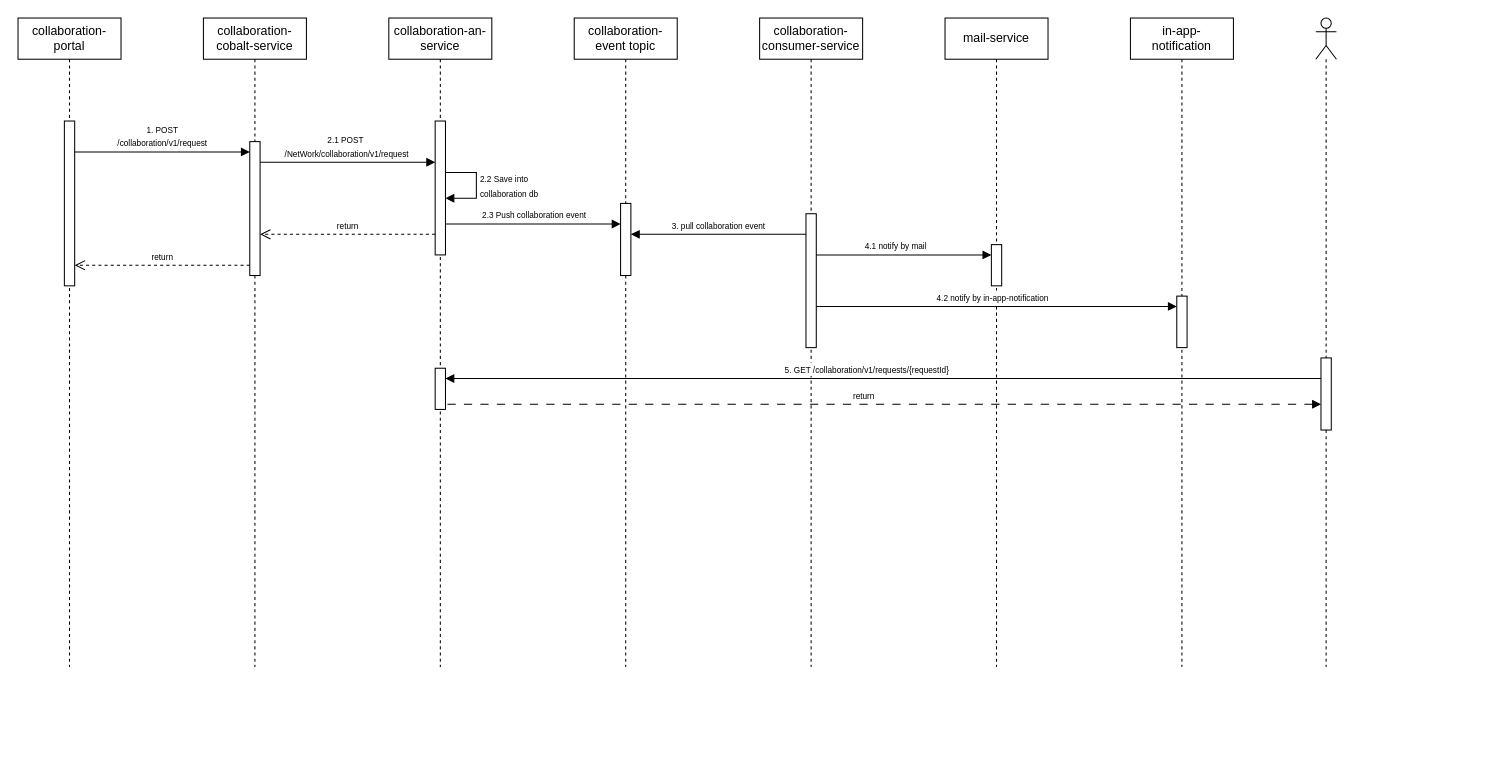
This is page "Page-3" (3 of 6) of request-2.drawio from huangshijie/Drawio, a draw.io file, before an edit. Source tidied: cells renumbered, new cells numbered last; positions are measured from the earlier drawing's top-left corner, leaving out a move shared by most shapes. Both pictures are drawn from the tidied source at 103%, with x=0, y=0 at pixel (18, 18).
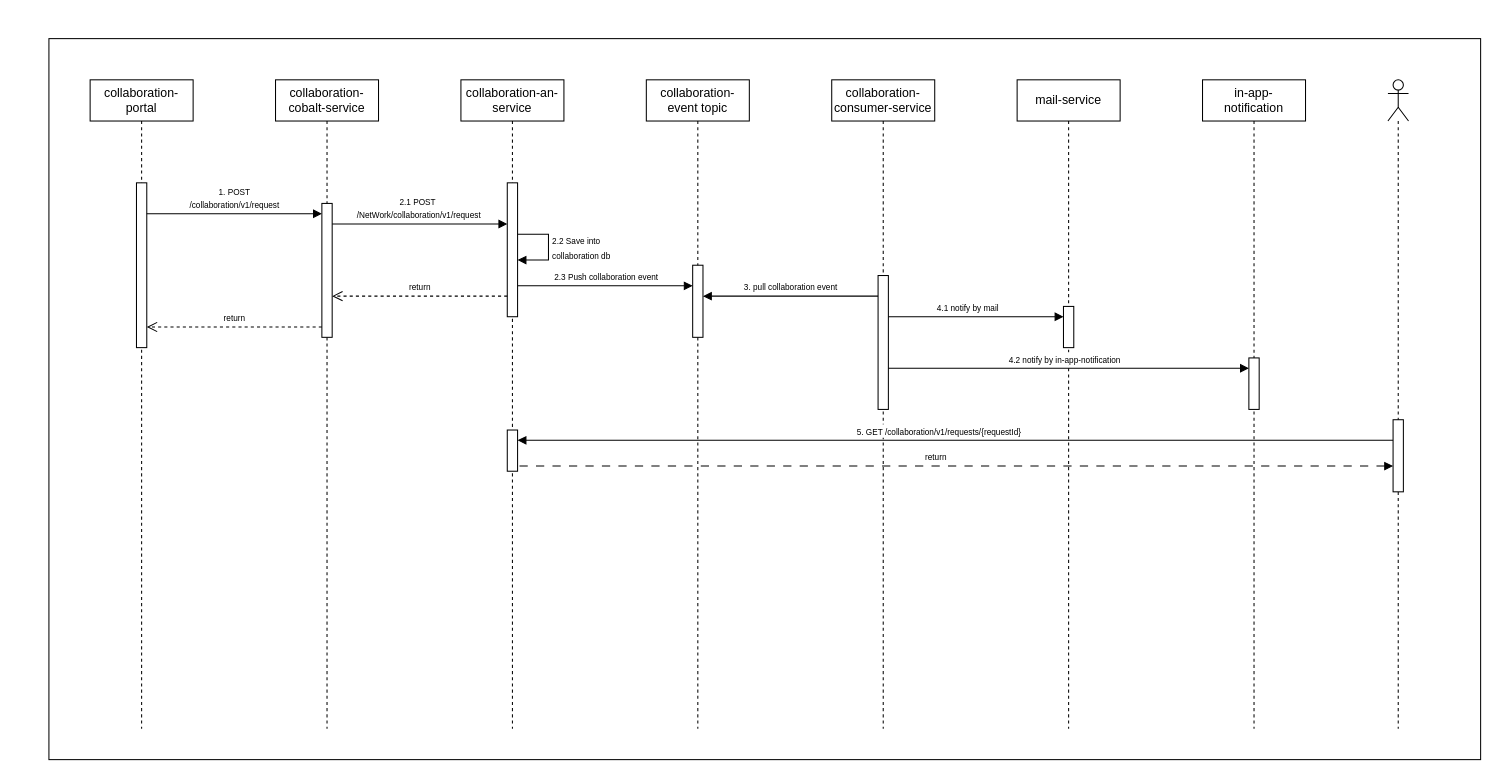
The same page after the edit.

The change refers to these unchanged cells:
```xml
<mxCell id="3" style="html=1;points=[];perimeter=orthogonalPerimeter;outlineConnect=0;targetShapes=umlLifeline;portConstraint=eastwest;newEdgeStyle={&quot;edgeStyle&quot;:&quot;elbowEdgeStyle&quot;,&quot;elbow&quot;:&quot;vertical&quot;,&quot;curved&quot;:0,&quot;rounded&quot;:0};" parent="2" vertex="1">
  <mxGeometry x="45" y="120" width="10" height="130" as="geometry" />
</mxCell>
<mxCell id="5" style="html=1;points=[];perimeter=orthogonalPerimeter;outlineConnect=0;targetShapes=umlLifeline;portConstraint=eastwest;newEdgeStyle={&quot;edgeStyle&quot;:&quot;elbowEdgeStyle&quot;,&quot;elbow&quot;:&quot;vertical&quot;,&quot;curved&quot;:0,&quot;rounded&quot;:0};" parent="4" vertex="1">
  <mxGeometry x="45" y="100" width="10" height="160" as="geometry" />
</mxCell>
<mxCell id="8" style="html=1;points=[];perimeter=orthogonalPerimeter;outlineConnect=0;targetShapes=umlLifeline;portConstraint=eastwest;newEdgeStyle={&quot;edgeStyle&quot;:&quot;elbowEdgeStyle&quot;,&quot;elbow&quot;:&quot;vertical&quot;,&quot;curved&quot;:0,&quot;rounded&quot;:0};" parent="7" vertex="1">
  <mxGeometry x="45" y="180" width="10" height="70" as="geometry" />
</mxCell>
<mxCell id="10" style="html=1;points=[];perimeter=orthogonalPerimeter;outlineConnect=0;targetShapes=umlLifeline;portConstraint=eastwest;newEdgeStyle={&quot;edgeStyle&quot;:&quot;elbowEdgeStyle&quot;,&quot;elbow&quot;:&quot;vertical&quot;,&quot;curved&quot;:0,&quot;rounded&quot;:0};" parent="9" vertex="1">
  <mxGeometry x="45" y="190" width="10" height="130" as="geometry" />
</mxCell>
<mxCell id="13" style="html=1;points=[];perimeter=orthogonalPerimeter;outlineConnect=0;targetShapes=umlLifeline;portConstraint=eastwest;newEdgeStyle={&quot;edgeStyle&quot;:&quot;elbowEdgeStyle&quot;,&quot;elbow&quot;:&quot;vertical&quot;,&quot;curved&quot;:0,&quot;rounded&quot;:0};" parent="12" vertex="1">
  <mxGeometry x="45" y="220" width="10" height="40" as="geometry" />
</mxCell>
<mxCell id="15" style="html=1;points=[];perimeter=orthogonalPerimeter;outlineConnect=0;targetShapes=umlLifeline;portConstraint=eastwest;newEdgeStyle={&quot;edgeStyle&quot;:&quot;elbowEdgeStyle&quot;,&quot;elbow&quot;:&quot;vertical&quot;,&quot;curved&quot;:0,&quot;rounded&quot;:0};" parent="14" vertex="1">
  <mxGeometry x="45" y="270" width="10" height="50" as="geometry" />
</mxCell>
<mxCell id="25" style="html=1;points=[];perimeter=orthogonalPerimeter;outlineConnect=0;targetShapes=umlLifeline;portConstraint=eastwest;newEdgeStyle={&quot;edgeStyle&quot;:&quot;elbowEdgeStyle&quot;,&quot;elbow&quot;:&quot;vertical&quot;,&quot;curved&quot;:0,&quot;rounded&quot;:0};" parent="24" vertex="1">
  <mxGeometry x="45" y="100" width="10" height="130" as="geometry" />
</mxCell>
<mxCell id="27" style="html=1;points=[];perimeter=orthogonalPerimeter;outlineConnect=0;targetShapes=umlLifeline;portConstraint=eastwest;newEdgeStyle={&quot;edgeStyle&quot;:&quot;elbowEdgeStyle&quot;,&quot;elbow&quot;:&quot;vertical&quot;,&quot;curved&quot;:0,&quot;rounded&quot;:0};" parent="24" vertex="1">
  <mxGeometry x="45" y="340" width="10" height="40" as="geometry" />
</mxCell>
<mxCell id="30" style="html=1;points=[];perimeter=orthogonalPerimeter;outlineConnect=0;targetShapes=umlLifeline;portConstraint=eastwest;newEdgeStyle={&quot;edgeStyle&quot;:&quot;elbowEdgeStyle&quot;,&quot;elbow&quot;:&quot;vertical&quot;,&quot;curved&quot;:0,&quot;rounded&quot;:0};" parent="29" vertex="1">
  <mxGeometry x="5" y="330" width="10" height="70" as="geometry" />
</mxCell>
```

Diff of the diagram source:
```diff
@@
+    <mxCell id="35" style="group;" parent="1" vertex="1">
+      <mxGeometry x="30" y="20" width="1390" height="700" as="geometry" />
+    </mxCell>
+    <mxCell id="36" style="rounded=0;whiteSpace=wrap;html=1;" parent="35" vertex="1">
+      <mxGeometry width="1390" height="700" as="geometry" />
+    </mxCell>
-    <mxCell id="2" value="&lt;font style=&quot;font-size: 12px;&quot;&gt;collaboration-cobalt-service&lt;/font&gt;" style="shape=umlLifeline;perimeter=lifelinePerimeter;whiteSpace=wrap;html=1;newEdgeStyle={&quot;edgeStyle&quot;:&quot;elbowEdgeStyle&quot;,&quot;elbow&quot;:&quot;vertical&quot;,&quot;curved&quot;:0,&quot;rounded&quot;:0};" parent="1" vertex="1">
-      <mxGeometry x="180" width="100" height="630" as="geometry" />
+    <mxCell id="2" value="&lt;font style=&quot;font-size: 12px;&quot;&gt;collaboration-cobalt-service&lt;/font&gt;" style="shape=umlLifeline;perimeter=lifelinePerimeter;whiteSpace=wrap;html=1;newEdgeStyle={&quot;edgeStyle&quot;:&quot;elbowEdgeStyle&quot;,&quot;elbow&quot;:&quot;vertical&quot;,&quot;curved&quot;:0,&quot;rounded&quot;:0};" parent="35" vertex="1">
+      <mxGeometry x="220" y="40" width="100" height="630" as="geometry" />
     </mxCell>
@@
-    <mxCell id="4" value="collaboration-portal" style="shape=umlLifeline;perimeter=lifelinePerimeter;whiteSpace=wrap;html=1;newEdgeStyle={&quot;edgeStyle&quot;:&quot;elbowEdgeStyle&quot;,&quot;elbow&quot;:&quot;vertical&quot;,&quot;curved&quot;:0,&quot;rounded&quot;:0};" parent="1" vertex="1">
-      <mxGeometry width="100" height="630" as="geometry" />
+    <mxCell id="4" value="collaboration-portal" style="shape=umlLifeline;perimeter=lifelinePerimeter;whiteSpace=wrap;html=1;newEdgeStyle={&quot;edgeStyle&quot;:&quot;elbowEdgeStyle&quot;,&quot;elbow&quot;:&quot;vertical&quot;,&quot;curved&quot;:0,&quot;rounded&quot;:0};" parent="35" vertex="1">
+      <mxGeometry x="40" y="40" width="100" height="630" as="geometry" />
     </mxCell>
@@
-    <mxCell id="6" value="&lt;font style=&quot;font-size: 8px;&quot;&gt;return&lt;/font&gt;" style="html=1;verticalAlign=bottom;endArrow=open;dashed=1;endSize=8;edgeStyle=elbowEdgeStyle;elbow=vertical;curved=0;rounded=0;" parent="1" edge="1" source="3" target="5">
+    <mxCell id="6" value="&lt;font style=&quot;font-size: 8px;&quot;&gt;return&lt;/font&gt;" style="html=1;verticalAlign=bottom;endArrow=open;dashed=1;endSize=8;edgeStyle=elbowEdgeStyle;elbow=vertical;curved=0;rounded=0;" parent="35" edge="1" source="3" target="5">
       <mxGeometry relative="1" as="geometry">
         <Array as="points">
-          <mxPoint x="110" y="240" />
+          <mxPoint x="150" y="280" />
         </Array>
       </mxGeometry>
     </mxCell>
-    <mxCell id="7" value="collaboration-event topic" style="shape=umlLifeline;perimeter=lifelinePerimeter;whiteSpace=wrap;html=1;newEdgeStyle={&quot;edgeStyle&quot;:&quot;elbowEdgeStyle&quot;,&quot;elbow&quot;:&quot;vertical&quot;,&quot;curved&quot;:0,&quot;rounded&quot;:0};" parent="1" vertex="1">
-      <mxGeometry x="540" width="100" height="630" as="geometry" />
+    <mxCell id="7" value="collaboration-event topic" style="shape=umlLifeline;perimeter=lifelinePerimeter;whiteSpace=wrap;html=1;newEdgeStyle={&quot;edgeStyle&quot;:&quot;elbowEdgeStyle&quot;,&quot;elbow&quot;:&quot;vertical&quot;,&quot;curved&quot;:0,&quot;rounded&quot;:0};" parent="35" vertex="1">
+      <mxGeometry x="580" y="40" width="100" height="630" as="geometry" />
     </mxCell>
@@
-    <mxCell id="9" value="collaboration-consumer-service" style="shape=umlLifeline;perimeter=lifelinePerimeter;whiteSpace=wrap;html=1;newEdgeStyle={&quot;edgeStyle&quot;:&quot;elbowEdgeStyle&quot;,&quot;elbow&quot;:&quot;vertical&quot;,&quot;curved&quot;:0,&quot;rounded&quot;:0};" parent="1" vertex="1">
-      <mxGeometry x="720" width="100" height="630" as="geometry" />
+    <mxCell id="9" value="collaboration-consumer-service" style="shape=umlLifeline;perimeter=lifelinePerimeter;whiteSpace=wrap;html=1;newEdgeStyle={&quot;edgeStyle&quot;:&quot;elbowEdgeStyle&quot;,&quot;elbow&quot;:&quot;vertical&quot;,&quot;curved&quot;:0,&quot;rounded&quot;:0};" parent="35" vertex="1">
+      <mxGeometry x="760" y="40" width="100" height="630" as="geometry" />
     </mxCell>
@@
-    <mxCell id="11" value="&lt;font style=&quot;font-size: 8px;&quot;&gt;3. pull collaboration&amp;nbsp;event&lt;/font&gt;" style="html=1;verticalAlign=bottom;endArrow=none;edgeStyle=elbowEdgeStyle;elbow=vertical;curved=0;rounded=0;startArrow=block;startFill=1;endFill=0;" parent="1" edge="1" source="8" target="10">
+    <mxCell id="11" value="&lt;font style=&quot;font-size: 8px;&quot;&gt;3. pull collaboration&amp;nbsp;event&lt;/font&gt;" style="html=1;verticalAlign=bottom;endArrow=none;edgeStyle=elbowEdgeStyle;elbow=vertical;curved=0;rounded=0;startArrow=block;startFill=1;endFill=0;" parent="35" edge="1" source="8" target="10">
       <mxGeometry relative="1" as="geometry">
         <Array as="points">
-          <mxPoint x="700" y="210" />
+          <mxPoint x="740" y="250" />
         </Array>
       </mxGeometry>
     </mxCell>
-    <mxCell id="12" value="mail-service" style="shape=umlLifeline;perimeter=lifelinePerimeter;whiteSpace=wrap;html=1;newEdgeStyle={&quot;edgeStyle&quot;:&quot;elbowEdgeStyle&quot;,&quot;elbow&quot;:&quot;vertical&quot;,&quot;curved&quot;:0,&quot;rounded&quot;:0};" parent="1" vertex="1">
-      <mxGeometry x="900" width="100" height="630" as="geometry" />
+    <mxCell id="12" value="mail-service" style="shape=umlLifeline;perimeter=lifelinePerimeter;whiteSpace=wrap;html=1;newEdgeStyle={&quot;edgeStyle&quot;:&quot;elbowEdgeStyle&quot;,&quot;elbow&quot;:&quot;vertical&quot;,&quot;curved&quot;:0,&quot;rounded&quot;:0};" parent="35" vertex="1">
+      <mxGeometry x="940" y="40" width="100" height="630" as="geometry" />
     </mxCell>
@@
-    <mxCell id="14" value="in-app-&lt;br&gt;notification" style="shape=umlLifeline;perimeter=lifelinePerimeter;whiteSpace=wrap;html=1;newEdgeStyle={&quot;edgeStyle&quot;:&quot;elbowEdgeStyle&quot;,&quot;elbow&quot;:&quot;vertical&quot;,&quot;curved&quot;:0,&quot;rounded&quot;:0};" parent="1" vertex="1">
-      <mxGeometry x="1080" width="100" height="630" as="geometry" />
+    <mxCell id="14" value="in-app-&lt;br&gt;notification" style="shape=umlLifeline;perimeter=lifelinePerimeter;whiteSpace=wrap;html=1;newEdgeStyle={&quot;edgeStyle&quot;:&quot;elbowEdgeStyle&quot;,&quot;elbow&quot;:&quot;vertical&quot;,&quot;curved&quot;:0,&quot;rounded&quot;:0};" parent="35" vertex="1">
+      <mxGeometry x="1120" y="40" width="100" height="630" as="geometry" />
     </mxCell>
@@
-    <mxCell id="16" style="endArrow=block;endFill=1;html=1;edgeStyle=orthogonalEdgeStyle;align=left;verticalAlign=top;rounded=0;" parent="1" edge="1" source="10" target="13">
+    <mxCell id="16" style="endArrow=block;endFill=1;html=1;edgeStyle=orthogonalEdgeStyle;align=left;verticalAlign=top;rounded=0;" parent="35" edge="1" source="10" target="13">
       <mxGeometry x="-1" relative="1" as="geometry">
         <Array as="points">
-          <mxPoint x="870" y="230" />
-          <mxPoint x="870" y="230" />
+          <mxPoint x="910" y="270" />
+          <mxPoint x="910" y="270" />
         </Array>
       </mxGeometry>
     </mxCell>
@@
-    <mxCell id="18" style="endArrow=block;endFill=1;html=1;edgeStyle=orthogonalEdgeStyle;align=left;verticalAlign=top;rounded=0;" parent="1" edge="1" source="10" target="15">
+    <mxCell id="18" style="endArrow=block;endFill=1;html=1;edgeStyle=orthogonalEdgeStyle;align=left;verticalAlign=top;rounded=0;" parent="35" edge="1" source="10" target="15">
       <mxGeometry x="-1" relative="1" as="geometry">
         <Array as="points">
-          <mxPoint x="945" y="280" />
-          <mxPoint x="945" y="280" />
+          <mxPoint x="985" y="320" />
+          <mxPoint x="985" y="320" />
         </Array>
       </mxGeometry>
     </mxCell>
@@
-    <mxCell id="20" value="&lt;font style=&quot;font-size: 8px;&quot;&gt;1. POST&lt;br style=&quot;border-color: var(--border-color);&quot;&gt;/collaboration/v1/request&lt;/font&gt;" style="html=1;verticalAlign=bottom;endArrow=block;edgeStyle=elbowEdgeStyle;elbow=vertical;curved=0;rounded=0;" parent="1" edge="1" source="5" target="3">
+    <mxCell id="20" value="&lt;font style=&quot;font-size: 8px;&quot;&gt;1. POST&lt;br style=&quot;border-color: var(--border-color);&quot;&gt;/collaboration/v1/request&lt;/font&gt;" style="html=1;verticalAlign=bottom;endArrow=block;edgeStyle=elbowEdgeStyle;elbow=vertical;curved=0;rounded=0;" parent="35" edge="1" source="5" target="3">
       <mxGeometry relative="1" as="geometry">
         <Array as="points">
-          <mxPoint x="140" y="130" />
+          <mxPoint x="180" y="170" />
         </Array>
       </mxGeometry>
     </mxCell>
-    <mxCell id="21" value="&lt;font style=&quot;font-size: 8px;&quot;&gt;2.1 POST&amp;nbsp;&lt;br&gt;/NetWork/collaboration/v1/request&lt;/font&gt;" style="html=1;verticalAlign=bottom;endArrow=block;edgeStyle=elbowEdgeStyle;elbow=vertical;curved=0;rounded=0;" parent="1" edge="1" source="3" target="25">
+    <mxCell id="21" value="&lt;font style=&quot;font-size: 8px;&quot;&gt;2.1 POST&amp;nbsp;&lt;br&gt;/NetWork/collaboration/v1/request&lt;/font&gt;" style="html=1;verticalAlign=bottom;endArrow=block;edgeStyle=elbowEdgeStyle;elbow=vertical;curved=0;rounded=0;" parent="35" edge="1" source="3" target="25">
       <mxGeometry x="-0.01" relative="1" as="geometry">
         <Array as="points">
-          <mxPoint x="270" y="140" />
+          <mxPoint x="310" y="180" />
         </Array>
       </mxGeometry>
     </mxCell>
-    <mxCell id="22" style="endArrow=block;endFill=1;html=1;edgeStyle=orthogonalEdgeStyle;align=left;verticalAlign=top;rounded=0;" parent="1" edge="1" source="25" target="8">
+    <mxCell id="22" style="endArrow=block;endFill=1;html=1;edgeStyle=orthogonalEdgeStyle;align=left;verticalAlign=top;rounded=0;" parent="35" edge="1" source="25" target="8">
       <mxGeometry x="-1" relative="1" as="geometry">
         <Array as="points">
-          <mxPoint x="500" y="200" />
-          <mxPoint x="500" y="200" />
+          <mxPoint x="540" y="240" />
+          <mxPoint x="540" y="240" />
         </Array>
       </mxGeometry>
     </mxCell>
@@
-    <mxCell id="24" value="collaboration-an-service" style="shape=umlLifeline;perimeter=lifelinePerimeter;whiteSpace=wrap;html=1;newEdgeStyle={&quot;edgeStyle&quot;:&quot;elbowEdgeStyle&quot;,&quot;elbow&quot;:&quot;vertical&quot;,&quot;curved&quot;:0,&quot;rounded&quot;:0};" parent="1" vertex="1">
-      <mxGeometry x="360" width="100" height="630" as="geometry" />
+    <mxCell id="24" value="collaboration-an-service" style="shape=umlLifeline;perimeter=lifelinePerimeter;whiteSpace=wrap;html=1;newEdgeStyle={&quot;edgeStyle&quot;:&quot;elbowEdgeStyle&quot;,&quot;elbow&quot;:&quot;vertical&quot;,&quot;curved&quot;:0,&quot;rounded&quot;:0};" parent="35" vertex="1">
+      <mxGeometry x="400" y="40" width="100" height="630" as="geometry" />
     </mxCell>
@@
-    <mxCell id="28" value="&lt;font style=&quot;font-size: 8px;&quot;&gt;return&lt;/font&gt;" style="html=1;verticalAlign=bottom;endArrow=open;dashed=1;endSize=8;edgeStyle=elbowEdgeStyle;elbow=vertical;curved=0;rounded=0;" parent="1" edge="1" source="25" target="3">
+    <mxCell id="28" value="&lt;font style=&quot;font-size: 8px;&quot;&gt;return&lt;/font&gt;" style="html=1;verticalAlign=bottom;endArrow=open;dashed=1;endSize=8;edgeStyle=elbowEdgeStyle;elbow=vertical;curved=0;rounded=0;" parent="35" edge="1" source="25" target="3">
       <mxGeometry relative="1" as="geometry">
         <Array as="points">
-          <mxPoint x="305" y="210" />
+          <mxPoint x="345" y="250" />
         </Array>
       </mxGeometry>
     </mxCell>
-    <mxCell id="29" style="shape=umlLifeline;perimeter=lifelinePerimeter;whiteSpace=wrap;html=1;newEdgeStyle={&quot;edgeStyle&quot;:&quot;elbowEdgeStyle&quot;,&quot;elbow&quot;:&quot;vertical&quot;,&quot;curved&quot;:0,&quot;rounded&quot;:0};participant=umlActor;" parent="1" vertex="1">
-      <mxGeometry x="1260" width="20" height="630" as="geometry" />
+    <mxCell id="29" style="shape=umlLifeline;perimeter=lifelinePerimeter;whiteSpace=wrap;html=1;newEdgeStyle={&quot;edgeStyle&quot;:&quot;elbowEdgeStyle&quot;,&quot;elbow&quot;:&quot;vertical&quot;,&quot;curved&quot;:0,&quot;rounded&quot;:0};participant=umlActor;" parent="35" vertex="1">
+      <mxGeometry x="1300" y="40" width="20" height="630" as="geometry" />
     </mxCell>
@@
-    <mxCell id="31" style="endArrow=block;endFill=1;html=1;edgeStyle=orthogonalEdgeStyle;align=left;verticalAlign=top;rounded=0;" parent="1" edge="1" source="30" target="27">
+    <mxCell id="31" style="endArrow=block;endFill=1;html=1;edgeStyle=orthogonalEdgeStyle;align=left;verticalAlign=top;rounded=0;" parent="35" edge="1" source="30" target="27">
       <mxGeometry x="-1" relative="1" as="geometry">
         <Array as="points">
-          <mxPoint x="630" y="350" />
-          <mxPoint x="630" y="350" />
+          <mxPoint x="670" y="390" />
+          <mxPoint x="670" y="390" />
         </Array>
       </mxGeometry>
     </mxCell>
@@
-    <mxCell id="33" style="endArrow=none;endFill=0;html=1;edgeStyle=orthogonalEdgeStyle;align=left;verticalAlign=top;rounded=0;startArrow=block;startFill=1;dashed=1;dashPattern=8 8;" parent="1" edge="1" source="30" target="27">
+    <mxCell id="33" style="endArrow=none;endFill=0;html=1;edgeStyle=orthogonalEdgeStyle;align=left;verticalAlign=top;rounded=0;startArrow=block;startFill=1;dashed=1;dashPattern=8 8;" parent="35" edge="1" source="30" target="27">
       <mxGeometry x="-1" relative="1" as="geometry">
         <Array as="points">
-          <mxPoint x="1050" y="375" />
-          <mxPoint x="1050" y="375" />
+          <mxPoint x="1090" y="415" />
+          <mxPoint x="1090" y="415" />
         </Array>
       </mxGeometry>
     </mxCell>
```
